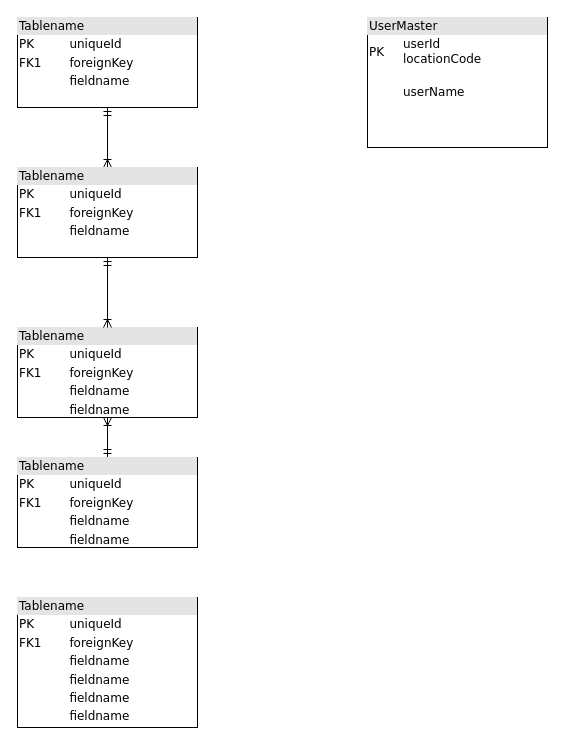
This is Untitled Diagram.drawio from m-ara01/m-ara01.github.io, a draw.io file, before an edit. Source tidied: cells renumbered, new cells numbered last; positions are measured from the earlier drawing's top-left corner, leaving out a move shared by most shapes. Both pictures are drawn from the tidied source at 100%, with x=0, y=0 at pixel (17, 17).
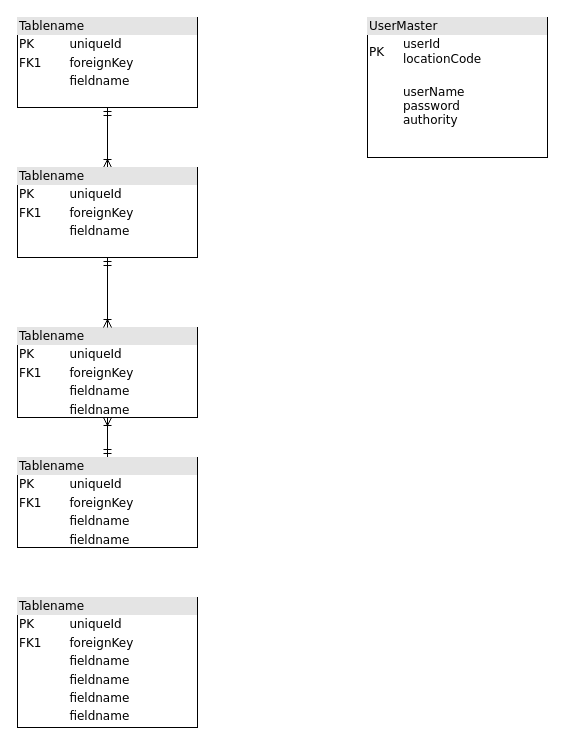
After the change.

Commit message:
Untitled Diagram.drawio を更新します

What changed in the source:
```diff
@@
 <mxGraphModel>
   <root>
     <mxCell id="0" />
     <mxCell id="1" parent="0" />
     <mxCell id="2" value="&lt;div style=&quot;box-sizing: border-box ; width: 100% ; background: #e4e4e4 ; padding: 2px&quot;&gt;Tablename&lt;/div&gt;&lt;table style=&quot;width: 100% ; font-size: 1em&quot; cellpadding=&quot;2&quot; cellspacing=&quot;0&quot;&gt;&lt;tbody&gt;&lt;tr&gt;&lt;td&gt;PK&lt;/td&gt;&lt;td&gt;uniqueId&lt;/td&gt;&lt;/tr&gt;&lt;tr&gt;&lt;td&gt;FK1&lt;/td&gt;&lt;td&gt;foreignKey&lt;/td&gt;&lt;/tr&gt;&lt;tr&gt;&lt;td&gt;&lt;/td&gt;&lt;td&gt;fieldname&lt;br&gt;&lt;/td&gt;&lt;/tr&gt;&lt;/tbody&gt;&lt;/table&gt;" style="verticalAlign=top;align=left;overflow=fill;html=1;rounded=0;shadow=0;comic=0;labelBackgroundColor=none;strokeWidth=1;fontFamily=Verdana;fontSize=12;" parent="1" vertex="1">
       <mxGeometry width="180" height="90" as="geometry" />
     </mxCell>
-    <mxCell id="3" value="&lt;div style=&quot;box-sizing: border-box ; width: 100% ; background: #e4e4e4 ; padding: 2px&quot;&gt;UserMaster&lt;/div&gt;&lt;table style=&quot;width: 100% ; font-size: 1em&quot; cellpadding=&quot;2&quot; cellspacing=&quot;0&quot;&gt;&lt;tbody&gt;&lt;tr&gt;&lt;td&gt;PK&lt;/td&gt;&lt;td&gt;userId&lt;br&gt;locationCode&lt;/td&gt;&lt;/tr&gt;&lt;tr&gt;&lt;td&gt;&lt;br&gt;&lt;/td&gt;&lt;td&gt;&lt;br&gt;userName&lt;br&gt;&lt;br&gt;&lt;/td&gt;&lt;/tr&gt;&lt;tr&gt;&lt;td&gt;&lt;/td&gt;&lt;td&gt;&lt;/td&gt;&lt;/tr&gt;&lt;/tbody&gt;&lt;/table&gt;" style="verticalAlign=top;align=left;overflow=fill;html=1;rounded=0;shadow=0;comic=0;labelBackgroundColor=none;strokeWidth=1;fontFamily=Verdana;fontSize=12;" parent="1" vertex="1">
-      <mxGeometry x="350" width="180" height="130" as="geometry" />
+    <mxCell id="3" value="&lt;div style=&quot;box-sizing: border-box ; width: 100% ; background: #e4e4e4 ; padding: 2px&quot;&gt;UserMaster&lt;/div&gt;&lt;table style=&quot;width: 100% ; font-size: 1em&quot; cellpadding=&quot;2&quot; cellspacing=&quot;0&quot;&gt;&lt;tbody&gt;&lt;tr&gt;&lt;td&gt;PK&lt;/td&gt;&lt;td&gt;userId&lt;br&gt;locationCode&lt;/td&gt;&lt;/tr&gt;&lt;tr&gt;&lt;td&gt;&lt;br&gt;&lt;/td&gt;&lt;td&gt;&lt;br&gt;userName&lt;br&gt;password&lt;br&gt;authority&lt;/td&gt;&lt;/tr&gt;&lt;tr&gt;&lt;td&gt;&lt;/td&gt;&lt;td&gt;&lt;/td&gt;&lt;/tr&gt;&lt;/tbody&gt;&lt;/table&gt;" style="verticalAlign=top;align=left;overflow=fill;html=1;rounded=0;shadow=0;comic=0;labelBackgroundColor=none;strokeWidth=1;fontFamily=Verdana;fontSize=12;" parent="1" vertex="1">
+      <mxGeometry x="350" width="180" height="140" as="geometry" />
     </mxCell>
     <mxCell id="4" style="edgeStyle=orthogonalEdgeStyle;html=1;labelBackgroundColor=none;startArrow=ERmandOne;endArrow=ERoneToMany;fontFamily=Verdana;fontSize=12;align=left;" parent="1" edge="1" source="5" target="6">
       <mxGeometry relative="1" as="geometry" />
     </mxCell>
     <mxCell id="5" value="&lt;div style=&quot;box-sizing: border-box ; width: 100% ; background: #e4e4e4 ; padding: 2px&quot;&gt;Tablename&lt;/div&gt;&lt;table style=&quot;width: 100% ; font-size: 1em&quot; cellpadding=&quot;2&quot; cellspacing=&quot;0&quot;&gt;&lt;tbody&gt;&lt;tr&gt;&lt;td&gt;PK&lt;/td&gt;&lt;td&gt;uniqueId&lt;/td&gt;&lt;/tr&gt;&lt;tr&gt;&lt;td&gt;FK1&lt;/td&gt;&lt;td&gt;foreignKey&lt;/td&gt;&lt;/tr&gt;&lt;tr&gt;&lt;td&gt;&lt;/td&gt;&lt;td&gt;fieldname&lt;/td&gt;&lt;/tr&gt;&lt;tr&gt;&lt;td&gt;&lt;br&gt;&lt;/td&gt;&lt;td&gt;fieldname&lt;br&gt;&lt;/td&gt;&lt;/tr&gt;&lt;/tbody&gt;&lt;/table&gt;" style="verticalAlign=top;align=left;overflow=fill;html=1;rounded=0;shadow=0;comic=0;labelBackgroundColor=none;strokeWidth=1;fontFamily=Verdana;fontSize=12;" parent="1" vertex="1">
       <mxGeometry y="440" width="180" height="90" as="geometry" />
     </mxCell>
     <mxCell id="6" value="&lt;div style=&quot;box-sizing: border-box ; width: 100% ; background: #e4e4e4 ; padding: 2px&quot;&gt;Tablename&lt;/div&gt;&lt;table style=&quot;width: 100% ; font-size: 1em&quot; cellpadding=&quot;2&quot; cellspacing=&quot;0&quot;&gt;&lt;tbody&gt;&lt;tr&gt;&lt;td&gt;PK&lt;/td&gt;&lt;td&gt;uniqueId&lt;/td&gt;&lt;/tr&gt;&lt;tr&gt;&lt;td&gt;FK1&lt;/td&gt;&lt;td&gt;foreignKey&lt;/td&gt;&lt;/tr&gt;&lt;tr&gt;&lt;td&gt;&lt;/td&gt;&lt;td&gt;fieldname&lt;/td&gt;&lt;/tr&gt;&lt;tr&gt;&lt;td&gt;&lt;br&gt;&lt;/td&gt;&lt;td&gt;fieldname&lt;br&gt;&lt;/td&gt;&lt;/tr&gt;&lt;/tbody&gt;&lt;/table&gt;" style="verticalAlign=top;align=left;overflow=fill;html=1;rounded=0;shadow=0;comic=0;labelBackgroundColor=none;strokeWidth=1;fontFamily=Verdana;fontSize=12;" parent="1" vertex="1">
       <mxGeometry y="310" width="180" height="90" as="geometry" />
     </mxCell>
     <mxCell id="7" style="edgeStyle=orthogonalEdgeStyle;html=1;entryX=0.5;entryY=0;labelBackgroundColor=none;startArrow=ERmandOne;endArrow=ERoneToMany;fontFamily=Verdana;fontSize=12;align=left;" parent="1" edge="1" source="9" target="6">
       <mxGeometry relative="1" as="geometry" />
     </mxCell>
     <mxCell id="8" style="edgeStyle=orthogonalEdgeStyle;rounded=0;jettySize=auto;html=1;exitX=0.5;exitY=0;exitDx=0;exitDy=0;entryX=0.5;entryY=1;entryDx=0;entryDy=0;endArrow=ERmandOne;endFill=0;startArrow=ERoneToMany;startFill=0;" parent="1" edge="1" source="9" target="2">
       <mxGeometry relative="1" as="geometry" />
     </mxCell>
     <mxCell id="9" value="&lt;div style=&quot;box-sizing:border-box;width:100%;background:#e4e4e4;padding:2px;&quot;&gt;Tablename&lt;/div&gt;&lt;table style=&quot;width:100%;font-size:1em;&quot; cellpadding=&quot;2&quot; cellspacing=&quot;0&quot;&gt;&lt;tr&gt;&lt;td&gt;PK&lt;/td&gt;&lt;td&gt;uniqueId&lt;/td&gt;&lt;/tr&gt;&lt;tr&gt;&lt;td&gt;FK1&lt;/td&gt;&lt;td&gt;foreignKey&lt;/td&gt;&lt;/tr&gt;&lt;tr&gt;&lt;td&gt;&lt;/td&gt;&lt;td&gt;fieldname&lt;/td&gt;&lt;/tr&gt;&lt;/table&gt;" style="verticalAlign=top;align=left;overflow=fill;html=1;rounded=0;shadow=0;comic=0;labelBackgroundColor=none;strokeWidth=1;fontFamily=Verdana;fontSize=12;" parent="1" vertex="1">
       <mxGeometry y="150" width="180" height="90" as="geometry" />
     </mxCell>
     <mxCell id="10" value="&lt;div style=&quot;box-sizing: border-box ; width: 100% ; background: #e4e4e4 ; padding: 2px&quot;&gt;Tablename&lt;/div&gt;&lt;table style=&quot;width: 100% ; font-size: 1em&quot; cellpadding=&quot;2&quot; cellspacing=&quot;0&quot;&gt;&lt;tbody&gt;&lt;tr&gt;&lt;td&gt;PK&lt;/td&gt;&lt;td&gt;uniqueId&lt;/td&gt;&lt;/tr&gt;&lt;tr&gt;&lt;td&gt;FK1&lt;/td&gt;&lt;td&gt;foreignKey&lt;/td&gt;&lt;/tr&gt;&lt;tr&gt;&lt;td&gt;&lt;/td&gt;&lt;td&gt;fieldname&lt;/td&gt;&lt;/tr&gt;&lt;tr&gt;&lt;td&gt;&lt;br&gt;&lt;/td&gt;&lt;td&gt;fieldname&lt;br&gt;&lt;/td&gt;&lt;/tr&gt;&lt;tr&gt;&lt;td&gt;&lt;br&gt;&lt;/td&gt;&lt;td&gt;fieldname&lt;br&gt;&lt;/td&gt;&lt;/tr&gt;&lt;tr&gt;&lt;td&gt;&lt;br&gt;&lt;/td&gt;&lt;td&gt;fieldname&lt;br&gt;&lt;/td&gt;&lt;/tr&gt;&lt;/tbody&gt;&lt;/table&gt;" style="verticalAlign=top;align=left;overflow=fill;html=1;rounded=0;shadow=0;comic=0;labelBackgroundColor=none;strokeWidth=1;fontFamily=Verdana;fontSize=12;" parent="1" vertex="1">
       <mxGeometry y="580" width="180" height="130" as="geometry" />
     </mxCell>
   </root>
 </mxGraphModel>
```
